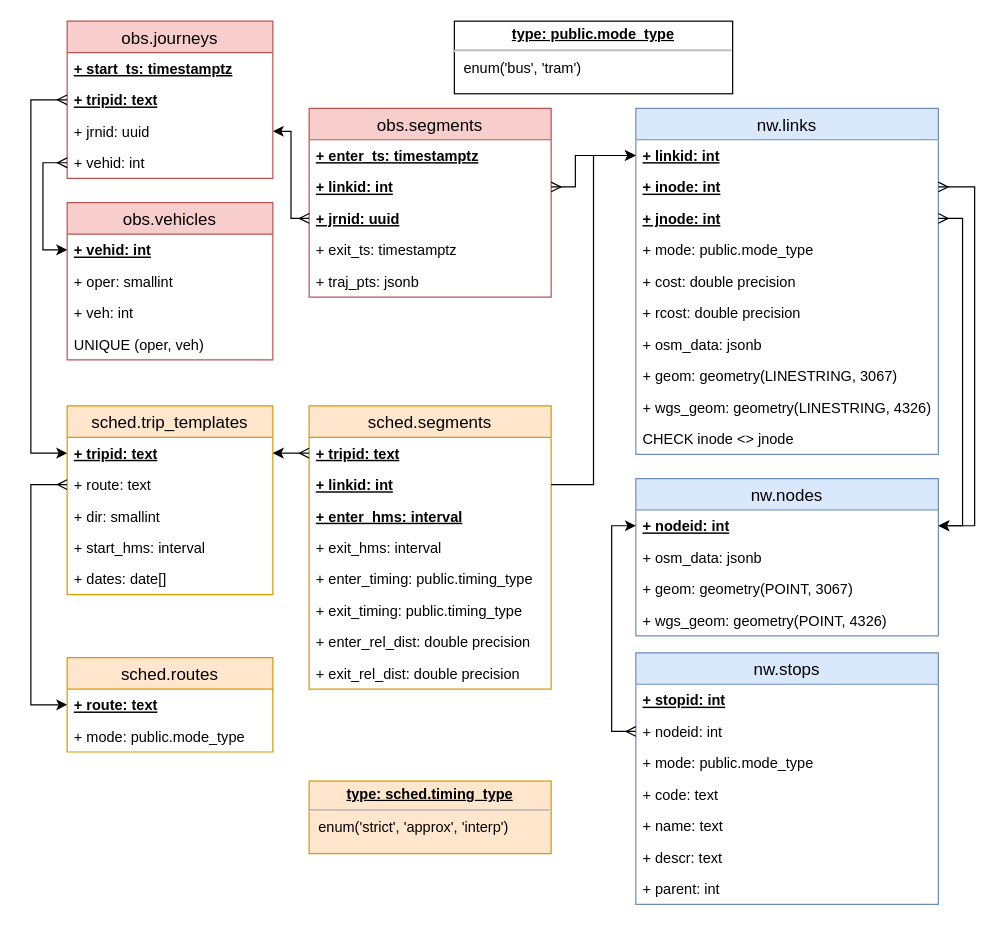
Above: page "production" (1 of 4) of docs/sujuikoDB.drawio in datarttu/sujuikoDB (draw.io), before the change. Source tidied: cells renumbered, new cells numbered last; positions are measured from the earlier drawing's top-left corner, leaving out a move shared by most shapes. Both pictures are drawn from the tidied source at 121%, with x=0, y=0 at pixel (30, 21).
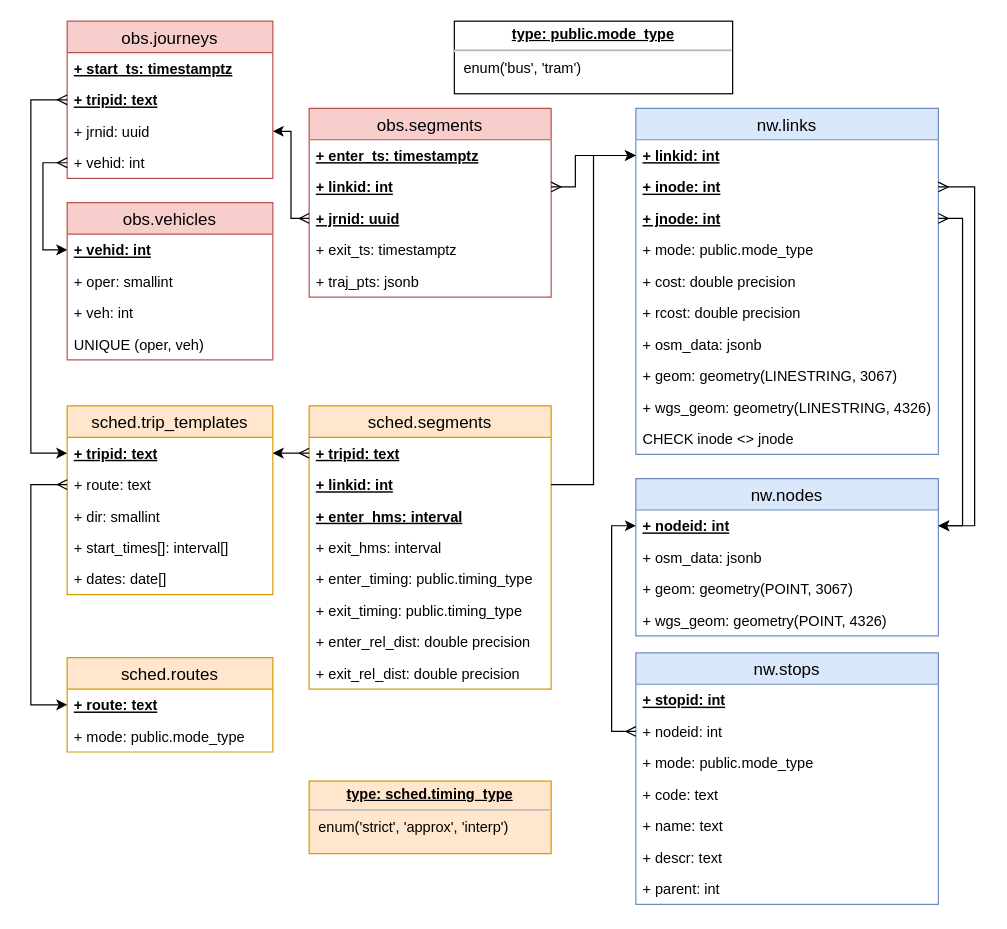
After the change.

The change refers to these unchanged cells:
```xml
<mxCell id="33" value="sched.trip_templates" style="swimlane;fontStyle=0;horizontal=1;startSize=26;fillColor=#ffe6cc;swimlaneFillColor=#ffffff;align=center;fontSize=14;strokeColor=#d79b00;" parent="1" vertex="1">
  <mxGeometry x="30" y="318" width="170" height="156" as="geometry" />
</mxCell>
```

Diff of the diagram source:
```diff
@@
-    <mxCell id="37" value="+ start_hms: interval" style="text;strokeColor=none;fillColor=none;spacingLeft=4;spacingRight=4;overflow=hidden;fontSize=12;" parent="33" vertex="1">
+    <mxCell id="37" value="+ start_times[]: interval[]" style="text;strokeColor=none;fillColor=none;spacingLeft=4;spacingRight=4;overflow=hidden;fontSize=12;" parent="33" vertex="1">
       <mxGeometry y="104" width="170" height="26" as="geometry" />
     </mxCell>
```
